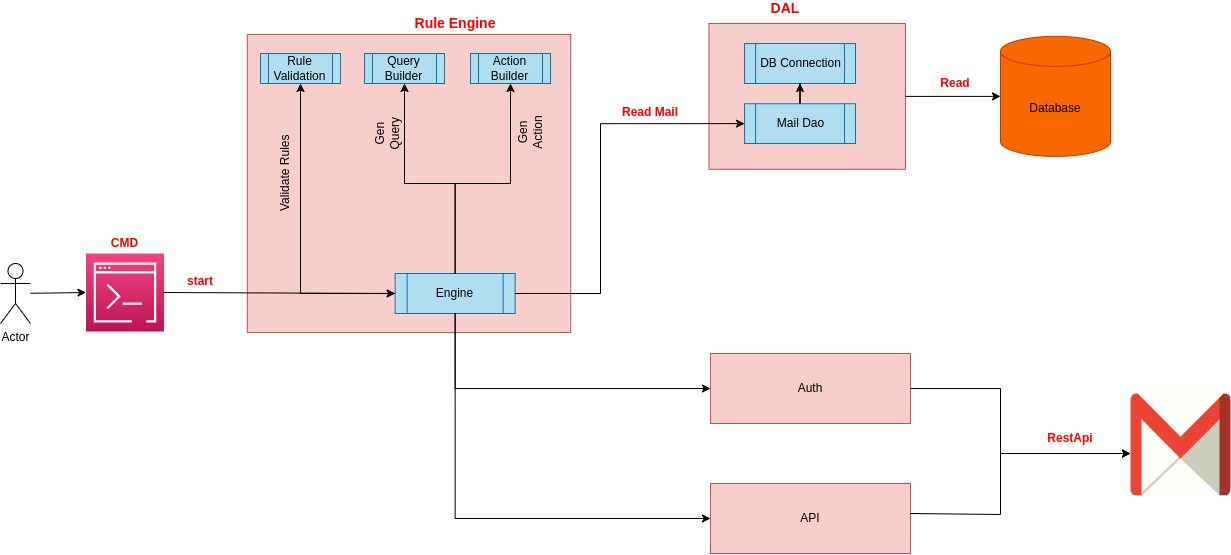
Before: images/rule_engine.png, a diagram exported from draw.io (vyavasthita/mail-integration). Source tidied: cells renumbered, new cells last; positions are measured from the earlier drawing's top-left corner, leaving out a move shared by most shapes. Its diagram source:
```xml
<mxGraphModel>
  <root>
    <mxCell id="0" />
    <mxCell id="1" parent="0" />
    <mxCell id="2" style="rounded=0;whiteSpace=wrap;html=1;rotation=-90;fillColor=#f8cecc;strokeColor=#b85450;" parent="1" vertex="1">
      <mxGeometry x="259.5" y="23.3" width="298.1" height="323.4" as="geometry" />
    </mxCell>
    <mxCell id="3" value="Actor" style="shape=umlActor;verticalLabelPosition=bottom;verticalAlign=top;html=1;outlineConnect=0;" parent="1" vertex="1">
      <mxGeometry y="265" width="30" height="60" as="geometry" />
    </mxCell>
    <mxCell id="4" style="sketch=0;points=[[0,0,0],[0.25,0,0],[0.5,0,0],[0.75,0,0],[1,0,0],[0,1,0],[0.25,1,0],[0.5,1,0],[0.75,1,0],[1,1,0],[0,0.25,0],[0,0.5,0],[0,0.75,0],[1,0.25,0],[1,0.5,0],[1,0.75,0]];points=[[0,0,0],[0.25,0,0],[0.5,0,0],[0.75,0,0],[1,0,0],[0,1,0],[0.25,1,0],[0.5,1,0],[0.75,1,0],[1,1,0],[0,0.25,0],[0,0.5,0],[0,0.75,0],[1,0.25,0],[1,0.5,0],[1,0.75,0]];outlineConnect=0;fontColor=#232F3E;gradientColor=#F34482;gradientDirection=north;fillColor=#BC1356;strokeColor=#ffffff;dashed=0;verticalLabelPosition=bottom;verticalAlign=top;align=center;html=1;fontSize=12;fontStyle=0;shape=mxgraph.aws4.resourceIcon;resIcon=mxgraph.aws4.command_line_interface;" parent="1" vertex="1">
      <mxGeometry x="85.5" y="255" width="78" height="78" as="geometry" />
    </mxCell>
    <mxCell id="5" value="&lt;b&gt;&lt;font color=&quot;#ff0000&quot; style=&quot;font-size: 14px;&quot;&gt;Rule Engine&lt;/font&gt;&lt;/b&gt;" style="text;html=1;strokeColor=none;fillColor=none;align=center;verticalAlign=middle;whiteSpace=wrap;rounded=0;" parent="1" vertex="1">
      <mxGeometry x="404.6" y="15" width="100" height="20" as="geometry" />
    </mxCell>
    <mxCell id="6" value="Engine" style="shape=process;whiteSpace=wrap;html=1;backgroundOutline=1;fillColor=#b1ddf0;strokeColor=#10739e;" parent="1" vertex="1">
      <mxGeometry x="394.6" y="275" width="120" height="40" as="geometry" />
    </mxCell>
    <mxCell id="7" value="Query Builder" style="shape=process;whiteSpace=wrap;html=1;backgroundOutline=1;fillColor=#b1ddf0;strokeColor=#10739e;" parent="1" vertex="1">
      <mxGeometry x="364" y="55" width="80" height="30" as="geometry" />
    </mxCell>
    <mxCell id="8" value="Action Builder" style="shape=process;whiteSpace=wrap;html=1;backgroundOutline=1;fillColor=#b1ddf0;strokeColor=#10739e;" parent="1" vertex="1">
      <mxGeometry x="470" y="55" width="80" height="30" as="geometry" />
    </mxCell>
    <mxCell id="9" style="endArrow=classic;html=1;rounded=0;entryX=0;entryY=0.5;entryDx=0;entryDy=0;entryPerimeter=0;" parent="1" edge="1" source="3" target="4">
      <mxGeometry relative="1" as="geometry" />
    </mxCell>
    <mxCell id="10" style="endArrow=classic;html=1;rounded=0;entryX=0;entryY=0.5;entryDx=0;entryDy=0;exitX=1;exitY=0.5;exitDx=0;exitDy=0;exitPerimeter=0;" parent="1" edge="1" source="4" target="6">
      <mxGeometry relative="1" as="geometry" />
    </mxCell>
    <mxCell id="11" style="endArrow=classic;html=1;rounded=0;entryX=0.5;entryY=1;entryDx=0;entryDy=0;edgeStyle=orthogonalEdgeStyle;exitX=0.5;exitY=0;exitDx=0;exitDy=0;" parent="1" edge="1" source="6" target="7">
      <mxGeometry relative="1" as="geometry">
        <Array as="points">
          <mxPoint x="455" y="185" />
          <mxPoint x="404" y="185" />
        </Array>
      </mxGeometry>
    </mxCell>
    <mxCell id="12" value="&lt;font color=&quot;#ff0000&quot;&gt;&lt;b&gt;CMD&lt;/b&gt;&lt;/font&gt;" style="text;html=1;strokeColor=none;fillColor=none;align=center;verticalAlign=middle;whiteSpace=wrap;rounded=0;" parent="1" vertex="1">
      <mxGeometry x="100" y="234.8" width="49" height="20.2" as="geometry" />
    </mxCell>
    <mxCell id="13" style="rounded=0;whiteSpace=wrap;html=1;rotation=-90;fillColor=#f8cecc;strokeColor=#b85450;" parent="1" vertex="1">
      <mxGeometry x="733.8" y="-0.4" width="145.8" height="196.6" as="geometry" />
    </mxCell>
    <mxCell id="14" value="&lt;b&gt;&lt;font color=&quot;#ff0000&quot; style=&quot;font-size: 14px;&quot;&gt;DAL&lt;/font&gt;&lt;/b&gt;" style="text;html=1;strokeColor=none;fillColor=none;align=center;verticalAlign=middle;whiteSpace=wrap;rounded=0;" parent="1" vertex="1">
      <mxGeometry x="758.4" y="5" width="54.4" height="10" as="geometry" />
    </mxCell>
    <mxCell id="15" value="DB Connection" style="shape=process;whiteSpace=wrap;html=1;backgroundOutline=1;fillColor=#b1ddf0;strokeColor=#10739e;" parent="1" vertex="1">
      <mxGeometry x="744.1" y="45" width="110.9" height="40" as="geometry" />
    </mxCell>
    <mxCell id="16" style="edgeStyle=orthogonalEdgeStyle;rounded=0;jettySize=auto;html=1;" parent="1" edge="1" source="17" target="15">
      <mxGeometry relative="1" as="geometry" />
    </mxCell>
    <mxCell id="17" value="Mail Dao" style="shape=process;whiteSpace=wrap;html=1;backgroundOutline=1;fillColor=#b1ddf0;strokeColor=#10739e;" parent="1" vertex="1">
      <mxGeometry x="744.1" y="105.2" width="110.9" height="39.8" as="geometry" />
    </mxCell>
    <mxCell id="18" value="Gen Query" style="text;html=1;strokeColor=none;fillColor=none;align=center;verticalAlign=middle;whiteSpace=wrap;rounded=0;rotation=-90;" parent="1" vertex="1">
      <mxGeometry x="364" y="125.2" width="46" height="20" as="geometry" />
    </mxCell>
    <mxCell id="19" value="Gen Action" style="text;html=1;strokeColor=none;fillColor=none;align=center;verticalAlign=middle;whiteSpace=wrap;rounded=0;rotation=-90;" parent="1" vertex="1">
      <mxGeometry x="500" y="124" width="60" height="20" as="geometry" />
    </mxCell>
    <mxCell id="20" style="endArrow=classic;html=1;rounded=0;edgeStyle=elbowEdgeStyle;elbow=vertical;entryX=0.5;entryY=1;entryDx=0;entryDy=0;exitX=0.5;exitY=0;exitDx=0;exitDy=0;" parent="1" edge="1" source="6" target="8">
      <mxGeometry relative="1" as="geometry">
        <Array as="points">
          <mxPoint x="480" y="185" />
        </Array>
      </mxGeometry>
    </mxCell>
    <mxCell id="21" value="&lt;b&gt;&lt;font color=&quot;#ff0000&quot;&gt;start&lt;/font&gt;&lt;/b&gt;" style="text;html=1;strokeColor=none;fillColor=none;align=center;verticalAlign=middle;whiteSpace=wrap;rounded=0;" parent="1" vertex="1">
      <mxGeometry x="180" y="275" width="40" height="15" as="geometry" />
    </mxCell>
    <mxCell id="22" style="endArrow=classic;html=1;rounded=0;edgeStyle=orthogonalEdgeStyle;exitX=1;exitY=0.5;exitDx=0;exitDy=0;entryX=0;entryY=0.5;entryDx=0;entryDy=0;" parent="1" edge="1" source="6" target="17">
      <mxGeometry relative="1" as="geometry">
        <Array as="points">
          <mxPoint x="600" y="295" />
          <mxPoint x="600" y="125" />
        </Array>
      </mxGeometry>
    </mxCell>
    <mxCell id="23" value="&lt;b&gt;&lt;font color=&quot;#ff0000&quot;&gt;Read Mail&lt;/font&gt;&lt;/b&gt;" style="text;html=1;strokeColor=none;fillColor=none;align=center;verticalAlign=middle;whiteSpace=wrap;rounded=0;" parent="1" vertex="1">
      <mxGeometry x="620" y="104" width="60" height="20" as="geometry" />
    </mxCell>
    <mxCell id="24" value="Database" style="shape=cylinder3;whiteSpace=wrap;html=1;boundedLbl=1;backgroundOutline=1;size=15;fillColor=#fa6800;fontColor=#000000;strokeColor=#C73500;" parent="1" vertex="1">
      <mxGeometry x="1000" y="37.9" width="110" height="120" as="geometry" />
    </mxCell>
    <mxCell id="25" style="endArrow=classic;html=1;rounded=0;entryX=0;entryY=0.5;entryDx=0;entryDy=0;entryPerimeter=0;exitX=0.5;exitY=1;exitDx=0;exitDy=0;" parent="1" edge="1" source="13" target="24">
      <mxGeometry relative="1" as="geometry" />
    </mxCell>
    <mxCell id="26" value="&lt;b&gt;&lt;font color=&quot;#ff0000&quot;&gt;Read&lt;/font&gt;&lt;/b&gt;" style="text;html=1;strokeColor=none;fillColor=none;align=center;verticalAlign=middle;whiteSpace=wrap;rounded=0;" parent="1" vertex="1">
      <mxGeometry x="925" y="75" width="60" height="20" as="geometry" />
    </mxCell>
    <mxCell id="27" value="Rule Validation" style="shape=process;whiteSpace=wrap;html=1;backgroundOutline=1;fillColor=#b1ddf0;strokeColor=#10739e;" parent="1" vertex="1">
      <mxGeometry x="260" y="55" width="80" height="30" as="geometry" />
    </mxCell>
    <mxCell id="28" style="endArrow=classic;html=1;rounded=0;edgeStyle=orthogonalEdgeStyle;entryX=0.5;entryY=1;entryDx=0;entryDy=0;exitX=0;exitY=0.5;exitDx=0;exitDy=0;" parent="1" edge="1" source="6" target="27">
      <mxGeometry relative="1" as="geometry" />
    </mxCell>
    <mxCell id="29" value="Validate Rules" style="text;html=1;strokeColor=none;fillColor=none;align=center;verticalAlign=middle;whiteSpace=wrap;rounded=0;rotation=-90;" parent="1" vertex="1">
      <mxGeometry x="240" y="164.8" width="90" height="20" as="geometry" />
    </mxCell>
    <mxCell id="30" value="Auth" style="rounded=0;whiteSpace=wrap;html=1;fillColor=#f8cecc;strokeColor=#b85450;" parent="1" vertex="1">
      <mxGeometry x="710" y="355" width="200" height="70" as="geometry" />
    </mxCell>
    <mxCell id="31" value="API" style="rounded=0;whiteSpace=wrap;html=1;fillColor=#f8cecc;strokeColor=#b85450;" parent="1" vertex="1">
      <mxGeometry x="710" y="485" width="200" height="70" as="geometry" />
    </mxCell>
    <mxCell id="32" style="endArrow=classic;html=1;rounded=0;exitX=0.5;exitY=1;exitDx=0;exitDy=0;entryX=0;entryY=0.5;entryDx=0;entryDy=0;edgeStyle=orthogonalEdgeStyle;" parent="1" edge="1" source="6" target="30">
      <mxGeometry relative="1" as="geometry" />
    </mxCell>
    <mxCell id="33" style="endArrow=classic;html=1;rounded=0;exitX=0.5;exitY=1;exitDx=0;exitDy=0;entryX=0;entryY=0.5;entryDx=0;entryDy=0;edgeStyle=orthogonalEdgeStyle;" parent="1" edge="1" source="6" target="31">
      <mxGeometry relative="1" as="geometry" />
    </mxCell>
    <mxCell id="34" style="dashed=0;outlineConnect=0;html=1;align=center;labelPosition=center;verticalLabelPosition=bottom;verticalAlign=top;shape=mxgraph.weblogos.gmail;" parent="1" vertex="1">
      <mxGeometry x="1130" y="395" width="100" height="101.7" as="geometry" />
    </mxCell>
    <mxCell id="35" style="endArrow=classic;html=1;rounded=0;exitX=1;exitY=0.5;exitDx=0;exitDy=0;edgeStyle=orthogonalEdgeStyle;" parent="1" edge="1" source="30" target="34">
      <mxGeometry relative="1" as="geometry">
        <Array as="points">
          <mxPoint x="1000" y="390" />
          <mxPoint x="1000" y="455" />
        </Array>
      </mxGeometry>
    </mxCell>
    <mxCell id="36" style="endArrow=classic;html=1;rounded=0;edgeStyle=orthogonalEdgeStyle;" parent="1" edge="1" target="34">
      <mxGeometry relative="1" as="geometry">
        <mxPoint x="910" y="515" as="sourcePoint" />
        <Array as="points">
          <mxPoint x="1000" y="516" />
          <mxPoint x="1000" y="455" />
        </Array>
      </mxGeometry>
    </mxCell>
    <mxCell id="37" value="&lt;b&gt;&lt;font color=&quot;#ff0000&quot;&gt;RestApi&lt;/font&gt;&lt;/b&gt;" style="text;html=1;strokeColor=none;fillColor=none;align=center;verticalAlign=middle;whiteSpace=wrap;rounded=0;" parent="1" vertex="1">
      <mxGeometry x="1040" y="425" width="60" height="30" as="geometry" />
    </mxCell>
  </root>
</mxGraphModel>
```
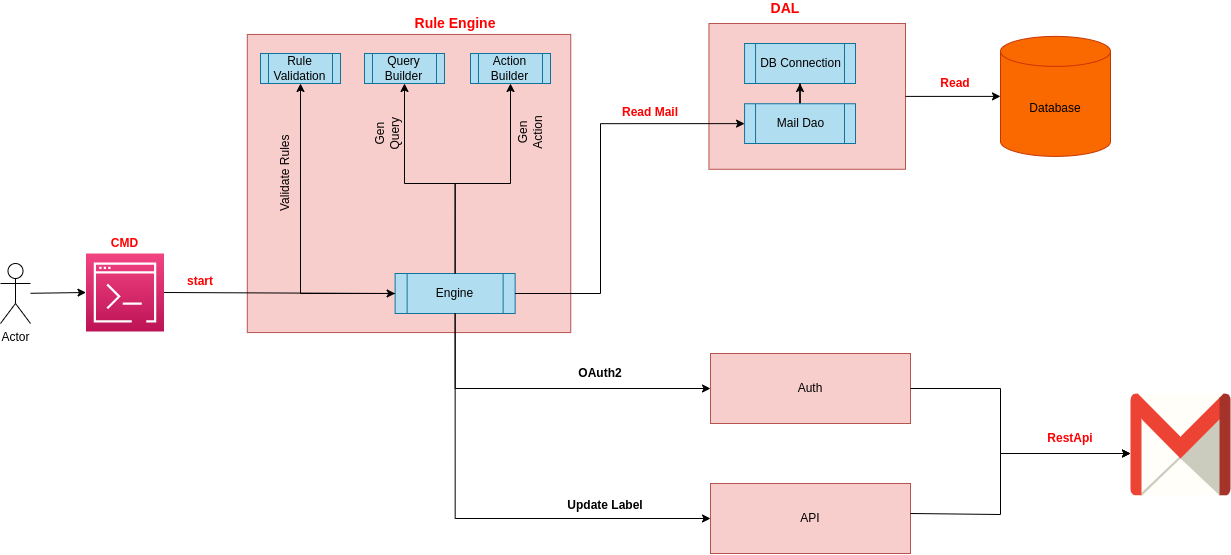
After the change.

Commit message:
Update design diagrams

Change to the diagram source:
```diff
@@ -135,5 +135,11 @@
     <mxCell id="37" value="&lt;b&gt;&lt;font color=&quot;#ff0000&quot;&gt;RestApi&lt;/font&gt;&lt;/b&gt;" style="text;html=1;strokeColor=none;fillColor=none;align=center;verticalAlign=middle;whiteSpace=wrap;rounded=0;" parent="1" vertex="1">
       <mxGeometry x="1040" y="425" width="60" height="30" as="geometry" />
     </mxCell>
+    <mxCell id="38" value="&lt;b&gt;OAuth2&lt;/b&gt;" style="text;html=1;strokeColor=none;fillColor=none;align=center;verticalAlign=middle;whiteSpace=wrap;rounded=0;" parent="1" vertex="1">
+      <mxGeometry x="570" y="365" width="60" height="20" as="geometry" />
+    </mxCell>
+    <mxCell id="39" value="&lt;b&gt;Update Label&lt;/b&gt;" style="text;html=1;strokeColor=none;fillColor=none;align=center;verticalAlign=middle;whiteSpace=wrap;rounded=0;" parent="1" vertex="1">
+      <mxGeometry x="560" y="496.7" width="90" height="20" as="geometry" />
+    </mxCell>
   </root>
 </mxGraphModel>
```
